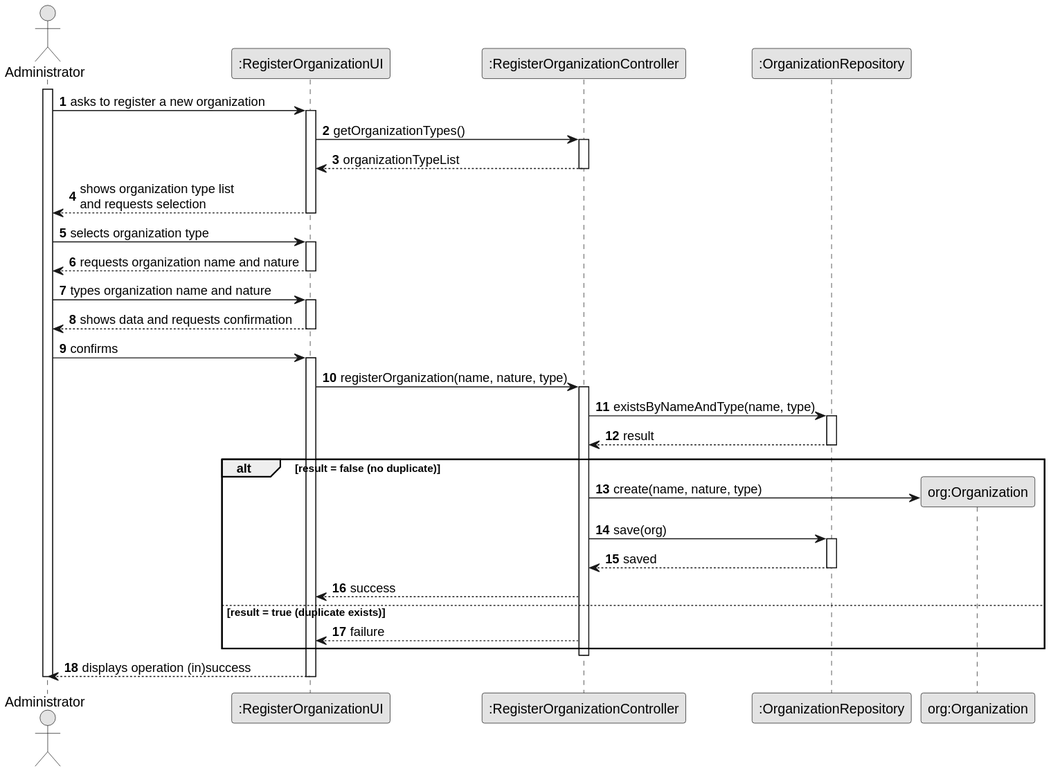
Earlier version of the PlantUML export docs/system-documentation/US04/03.design/svg/US04-SD.svg (brunodspinto/crystal-clear-platform).
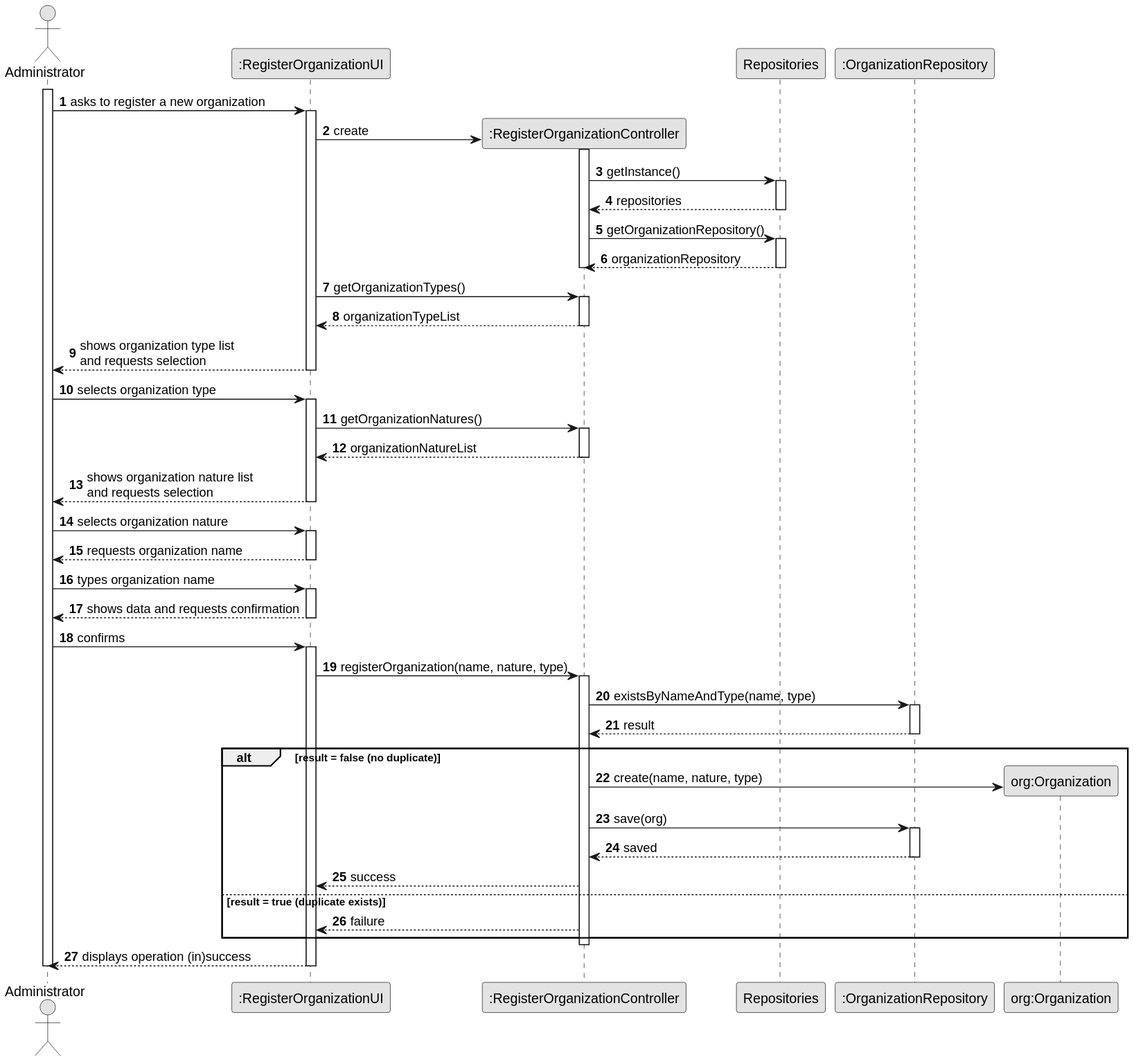
After the commit.

Diff of the diagram source:
```diff
@@ -8,6 +8,7 @@
 actor "Administrator" as Admin
 participant ":RegisterOrganizationUI" as UI
 participant ":RegisterOrganizationController" as CTRL
+participant "Repositories" as REPOS
 participant ":OrganizationRepository" as REPO
 participant "org:Organization" as ORG
 
@@ -15,6 +16,18 @@
 
     Admin -> UI : asks to register a new organization
     activate UI
+
+        UI -> CTRL** : create
+        activate CTRL
+            CTRL -> REPOS : getInstance()
+            activate REPOS
+                REPOS --> CTRL : repositories
+            deactivate REPOS
+            CTRL -> REPOS : getOrganizationRepository()
+            activate REPOS
+                REPOS --> CTRL : organizationRepository
+            deactivate REPOS
+        deactivate CTRL
 
         UI -> CTRL : getOrganizationTypes()
         activate CTRL
@@ -26,10 +39,21 @@
 
     Admin -> UI : selects organization type
     activate UI
-        UI --> Admin : requests organization name and nature
+
+        UI -> CTRL : getOrganizationNatures()
+        activate CTRL
+            CTRL --> UI : organizationNatureList
+        deactivate CTRL
+
+        UI --> Admin : shows organization nature list\nand requests selection
     deactivate UI
 
-    Admin -> UI : types organization name and nature
+    Admin -> UI : selects organization nature
+    activate UI
+        UI --> Admin : requests organization name
+    deactivate UI
+
+    Admin -> UI : types organization name
     activate UI
         UI --> Admin : shows data and requests confirmation
     deactivate UI
@@ -47,7 +71,7 @@
 
             alt result = false (no duplicate)
 
-                CTRL -> ORG ** : create(name, nature, type)
+                CTRL -> ORG** : create(name, nature, type)
 
                 CTRL -> REPO : save(org)
                 activate REPO
```
